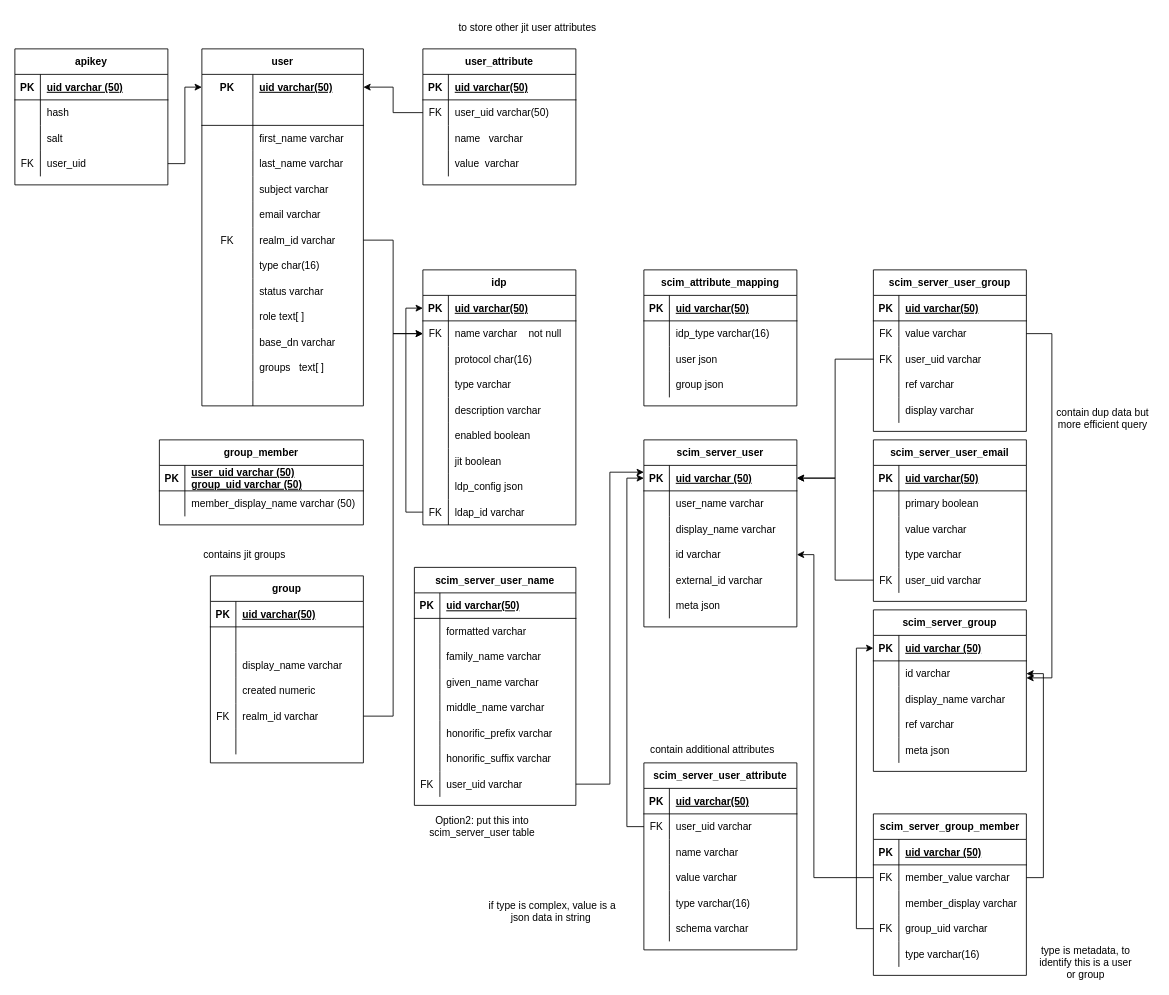
This is page "Page-1" (1 of 2) of IMDBSchemaDiagram.drawio from yannizhang2019/dbmigration, a draw.io file, before an edit. Source tidied: cells renumbered, new cells numbered last; positions are measured from the earlier drawing's top-left corner, leaving out a move shared by most shapes. Both pictures are drawn from the tidied source at 85%, with x=0, y=0 at pixel (14, 14).
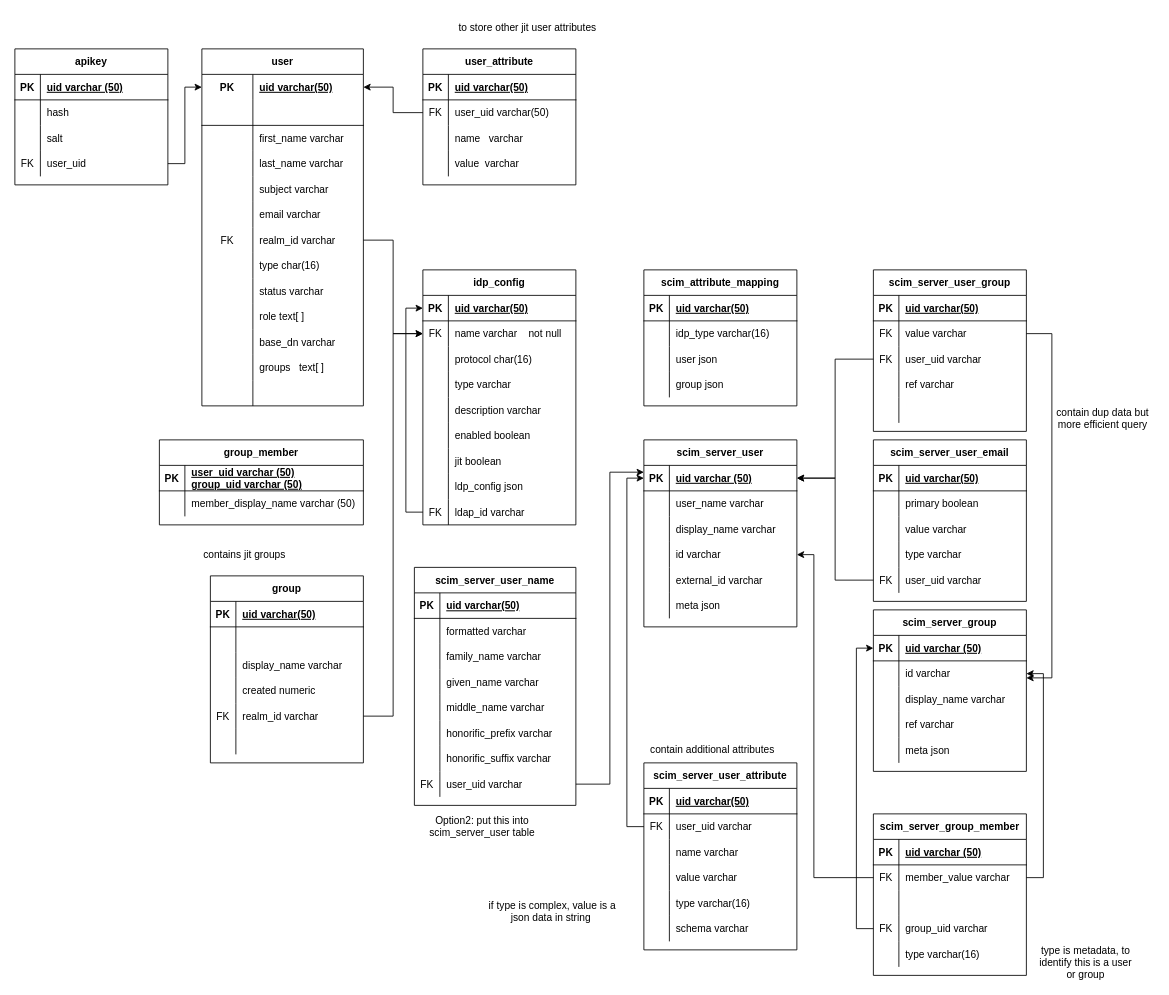
After the change.

The change refers to these unchanged cells:
```xml
<mxCell id="222" style="shape=tableRow;horizontal=0;startSize=0;swimlaneHead=0;swimlaneBody=0;fillColor=none;top=0;left=0;right=0;bottom=0;" parent="215" vertex="1">
  <mxGeometry y="90" width="180" height="30" as="geometry" />
</mxCell>
<mxCell id="270" style="shape=tableRow;horizontal=0;startSize=0;swimlaneHead=0;swimlaneBody=0;fillColor=none;top=0;left=0;right=0;bottom=0;" parent="257" vertex="1">
  <mxGeometry y="150" width="180" height="30" as="geometry" />
</mxCell>
```

The edit, as a diff of the source:
```diff
@@
-    <mxCell id="56" value="idp" style="shape=table;startSize=30;childLayout=tableLayout;rowLines=0;fontStyle=1;align=center;" parent="1" vertex="1">
+    <mxCell id="56" value="idp_config" style="shape=table;startSize=30;childLayout=tableLayout;rowLines=0;fontStyle=1;align=center;" parent="1" vertex="1">
       <mxGeometry x="480" y="300" width="180" height="300" as="geometry" />
     </mxCell>
@@
-    <mxCell id="224" value="member_display varchar" style="shape=partialRectangle;fillColor=none;top=0;left=0;bottom=0;right=0;align=left;spacingLeft=6;overflow=hidden;" parent="222" vertex="1">
+    <mxCell id="224" style="shape=partialRectangle;fillColor=none;top=0;left=0;bottom=0;right=0;align=left;spacingLeft=6;overflow=hidden;" parent="222" vertex="1">
       <mxGeometry x="30" width="150" height="30" as="geometry" />
     </mxCell>
@@
-    <mxCell id="272" value="display varchar" style="shape=partialRectangle;fillColor=none;top=0;left=0;bottom=0;right=0;align=left;spacingLeft=6;overflow=hidden;" parent="270" vertex="1">
+    <mxCell id="272" style="shape=partialRectangle;fillColor=none;top=0;left=0;bottom=0;right=0;align=left;spacingLeft=6;overflow=hidden;" parent="270" vertex="1">
       <mxGeometry x="30" width="150" height="30" as="geometry" />
     </mxCell>
```
